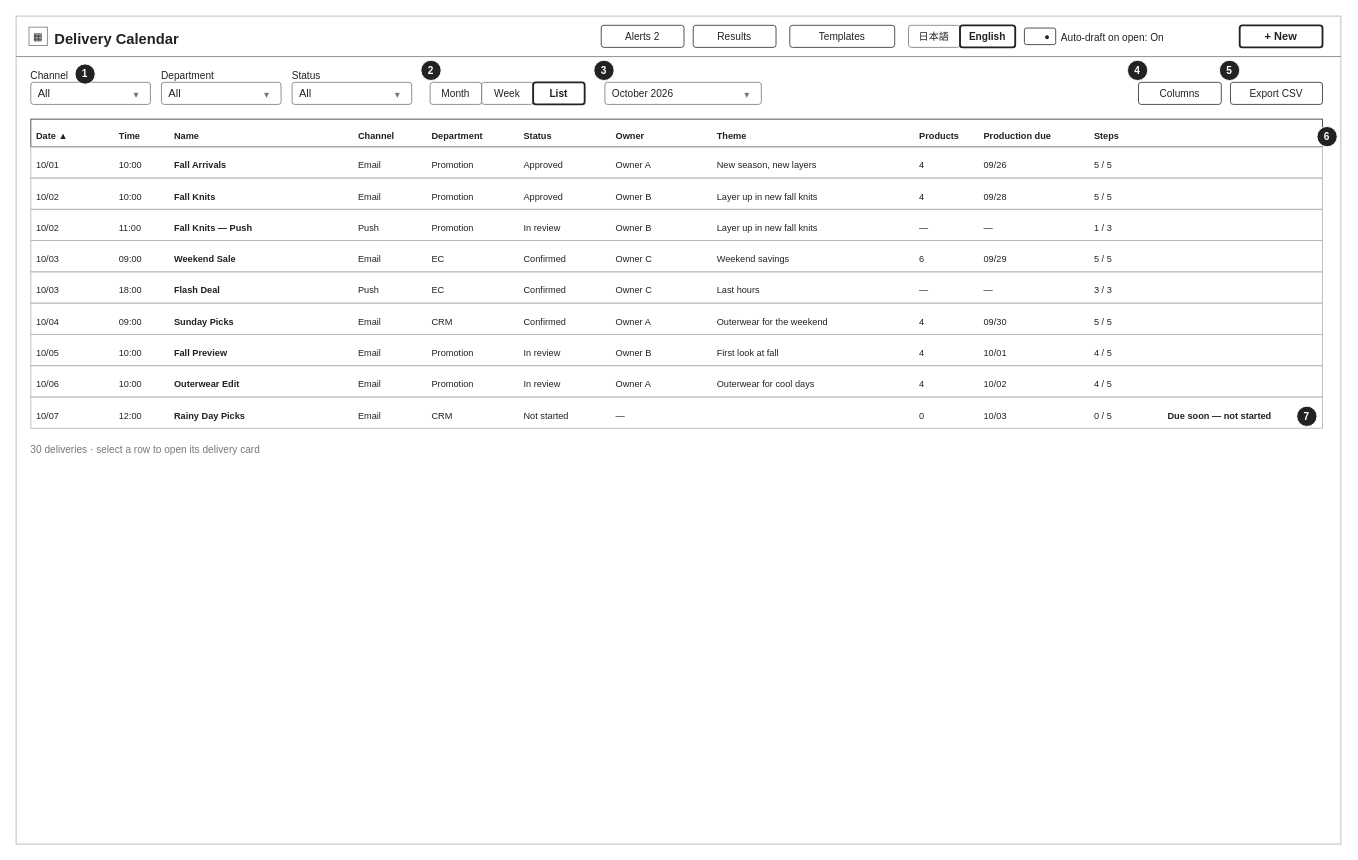
Before: docs/wireframes/drawio/13-list.drawio in audeoinc/ccp, a draw.io diagram. Source tidied: cells renumbered, new cells numbered last; positions are measured from the earlier drawing's top-left corner, leaving out a move shared by most shapes. Both pictures are drawn from the tidied source at 92%, with x=0, y=0 at pixel (16, 16).
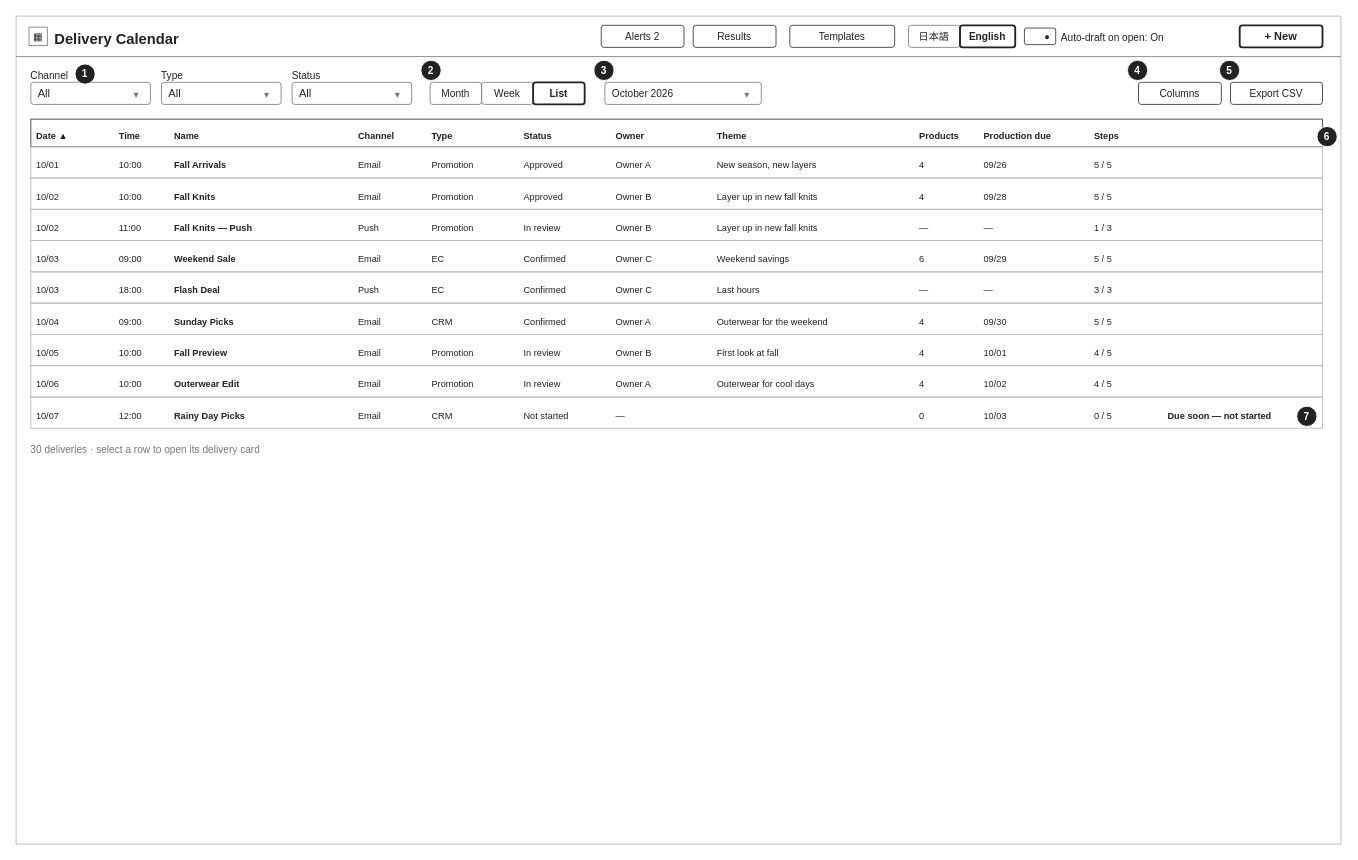
Above is the later version.

Change to the diagram source:
```diff
@@
-    <mxCell id="17" value="Department" style="text;html=1;strokeColor=none;fillColor=none;align=left;verticalAlign=top;whiteSpace=wrap;fontSize=11;fontColor=#222222;spacing=0;" parent="1" vertex="1">
+    <mxCell id="17" value="Type" style="text;html=1;strokeColor=none;fillColor=none;align=left;verticalAlign=top;whiteSpace=wrap;fontSize=11;fontColor=#222222;spacing=0;" parent="1" vertex="1">
       <mxGeometry x="158" y="54" width="130" height="16" as="geometry" />
     </mxCell>
@@
-    <mxCell id="35" value="Department" style="text;html=1;strokeColor=none;fillColor=none;align=left;verticalAlign=top;whiteSpace=wrap;fontSize=10;fontColor=#222222;spacing=0;fontStyle=1;" parent="1" vertex="1">
+    <mxCell id="35" value="Type" style="text;html=1;strokeColor=none;fillColor=none;align=left;verticalAlign=top;whiteSpace=wrap;fontSize=10;fontColor=#222222;spacing=0;fontStyle=1;" parent="1" vertex="1">
       <mxGeometry x="452" y="120" width="100" height="15" as="geometry" />
     </mxCell>
```
